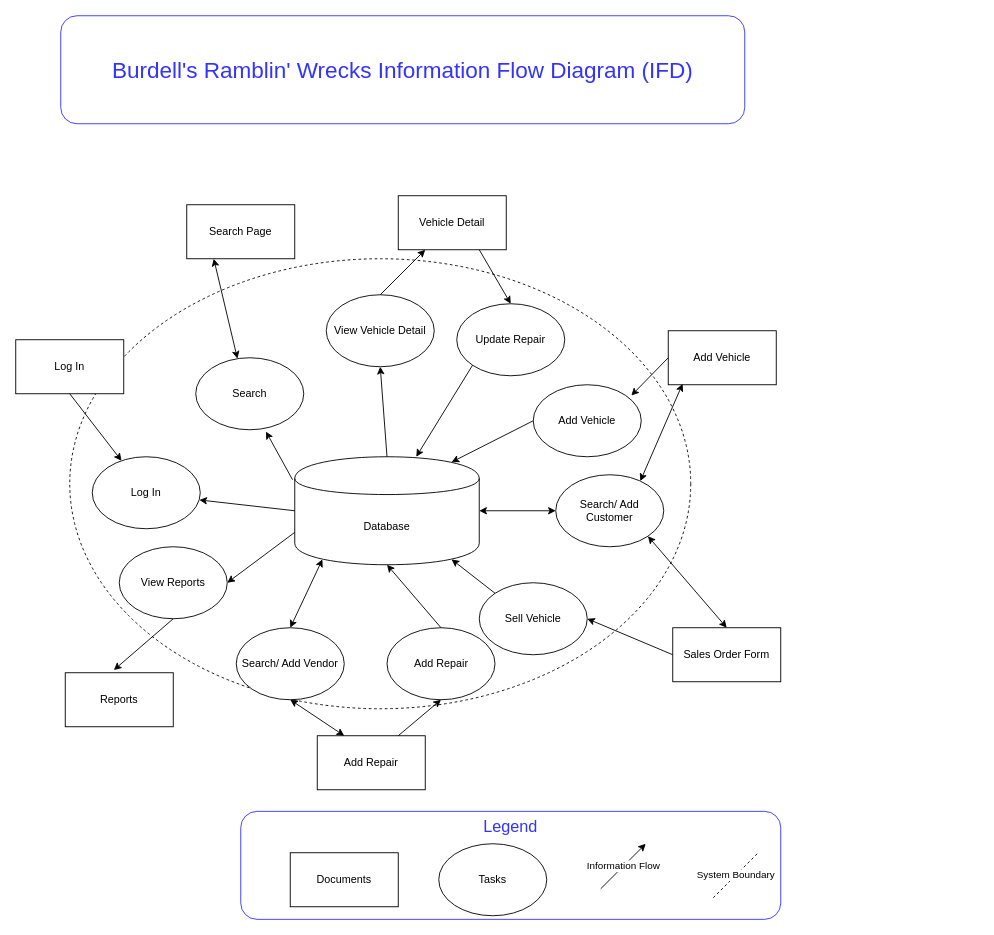
This is phase_1/ifd_draft_v1.drawio from meetashok/cs6400-crud-app, a draw.io file, before an edit. Source tidied: cells renumbered, new cells numbered last; positions are measured from the earlier drawing's top-left corner, leaving out a move shared by most shapes. Both pictures are drawn from the tidied source at 90%, with x=0, y=0 at pixel (15, 15).
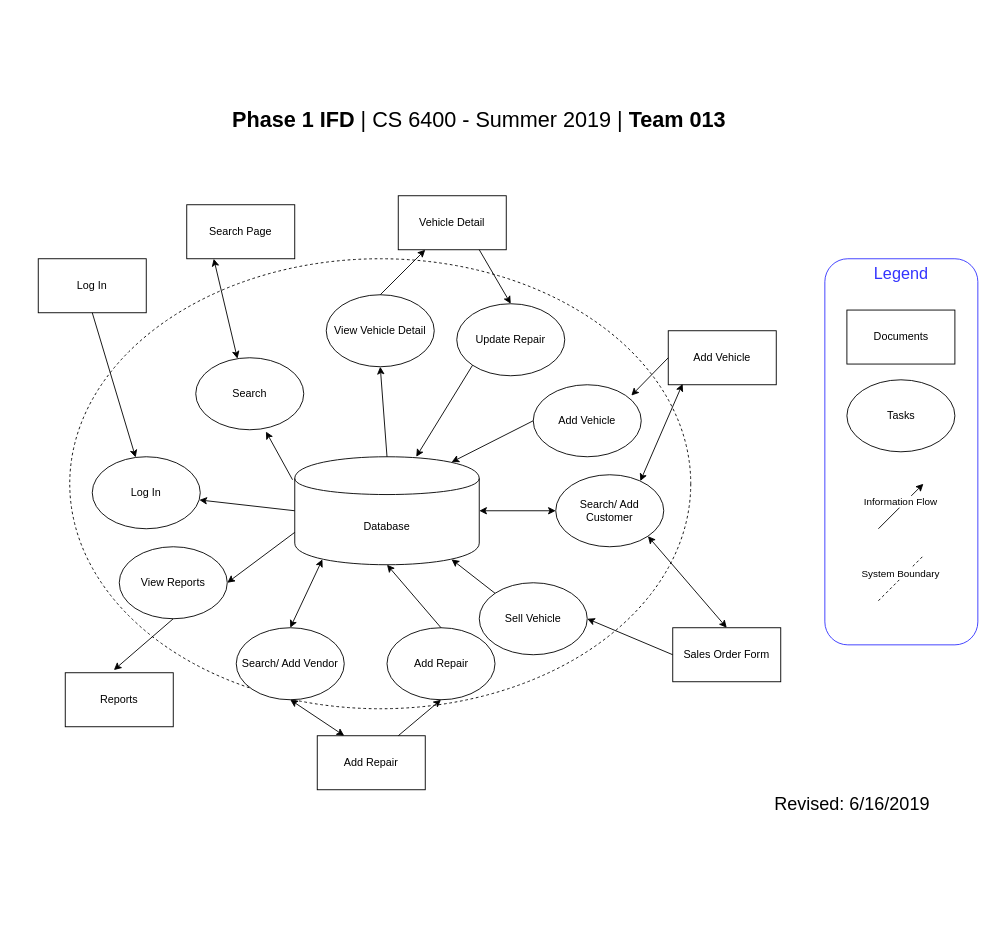
Above is the later version.

Commit message:
final changes to ifd prior to turning in...

The edit, as a diff of the source:
```diff
@@
     <mxCell id="4" value="Log In" style="rounded=0;whiteSpace=wrap;html=1;" parent="1" vertex="1">
-      <mxGeometry y="360" width="120" height="60" as="geometry" />
+      <mxGeometry x="25" y="270" width="120" height="60" as="geometry" />
     </mxCell>
@@
     <mxCell id="6" value="Documents" style="rounded=0;whiteSpace=wrap;html=1;" parent="1" vertex="1">
-      <mxGeometry x="305" y="930" width="120" height="60" as="geometry" />
+      <mxGeometry x="923.5" y="327" width="120" height="60" as="geometry" />
     </mxCell>
@@
     <mxCell id="9" value="Tasks" style="ellipse;whiteSpace=wrap;html=1;" parent="1" vertex="1">
-      <mxGeometry x="470" y="920" width="120" height="80" as="geometry" />
+      <mxGeometry x="923.5" y="404.5" width="120" height="80" as="geometry" />
     </mxCell>
     <mxCell id="10" value="Information Flow" style="endArrow=classic;html=1;" parent="1" edge="1">
-      <mxGeometry relative="1" as="geometry">
-        <mxPoint x="650" y="970" as="sourcePoint" />
-        <mxPoint x="700" y="920" as="targetPoint" />
+      <mxGeometry x="0.1" y="4" relative="1" as="geometry">
+        <mxPoint x="958.5" y="570" as="sourcePoint" />
+        <mxPoint x="1008.5" y="520" as="targetPoint" />
       </mxGeometry>
     </mxCell>
     <mxCell id="11" value="System Boundary" style="endArrow=none;dashed=1;html=1;" parent="1" edge="1">
-      <mxGeometry relative="1" as="geometry">
-        <mxPoint x="775" y="980" as="sourcePoint" />
-        <mxPoint x="825" y="930" as="targetPoint" />
+      <mxGeometry x="0.1" y="4" relative="1" as="geometry">
+        <mxPoint x="958.5" y="650" as="sourcePoint" />
+        <mxPoint x="1008.5" y="600" as="targetPoint" />
       </mxGeometry>
     </mxCell>
@@
-    <mxCell id="46" value="&lt;font style=&quot;font-size: 25px&quot;&gt;Burdell's Ramblin' Wrecks Information Flow Diagram (IFD)&lt;/font&gt;" style="rounded=1;whiteSpace=wrap;html=1;fontColor=#3333FF;strokeColor=#3333FF;" parent="1" vertex="1">
-      <mxGeometry x="50" width="760" height="120" as="geometry" />
-    </mxCell>
     <mxCell id="47" value="&lt;font style=&quot;font-size: 18px&quot;&gt;Legend&lt;/font&gt;" style="rounded=1;whiteSpace=wrap;html=1;fillColor=none;verticalAlign=top;strokeColor=#3333FF;fontColor=#3333FF;" parent="1" vertex="1">
-      <mxGeometry x="250" y="884" width="600" height="120" as="geometry" />
+      <mxGeometry x="899" y="270" width="170" height="429" as="geometry" />
     </mxCell>
+    <mxCell id="48" value="&lt;h1&gt;Phase 1 IFD&lt;span style=&quot;font-weight: normal&quot;&gt;&amp;nbsp;| CS 6400 - Summer 2019 | &lt;/span&gt;Team 013&lt;/h1&gt;" style="text;html=1;strokeColor=none;fillColor=none;spacing=5;spacingTop=-20;whiteSpace=wrap;overflow=hidden;rounded=0;align=center;verticalAlign=middle;" parent="1" vertex="1">
+      <mxGeometry x="145" y="100" width="740" height="50" as="geometry" />
+    </mxCell>
+    <mxCell id="49" value="Revised: 6/16/2019" style="text;html=1;strokeColor=none;fillColor=none;align=center;verticalAlign=middle;whiteSpace=wrap;rounded=0;fontSize=20;" parent="1" vertex="1">
+      <mxGeometry x="814.5" y="860" width="229" height="30" as="geometry" />
+    </mxCell>
```
